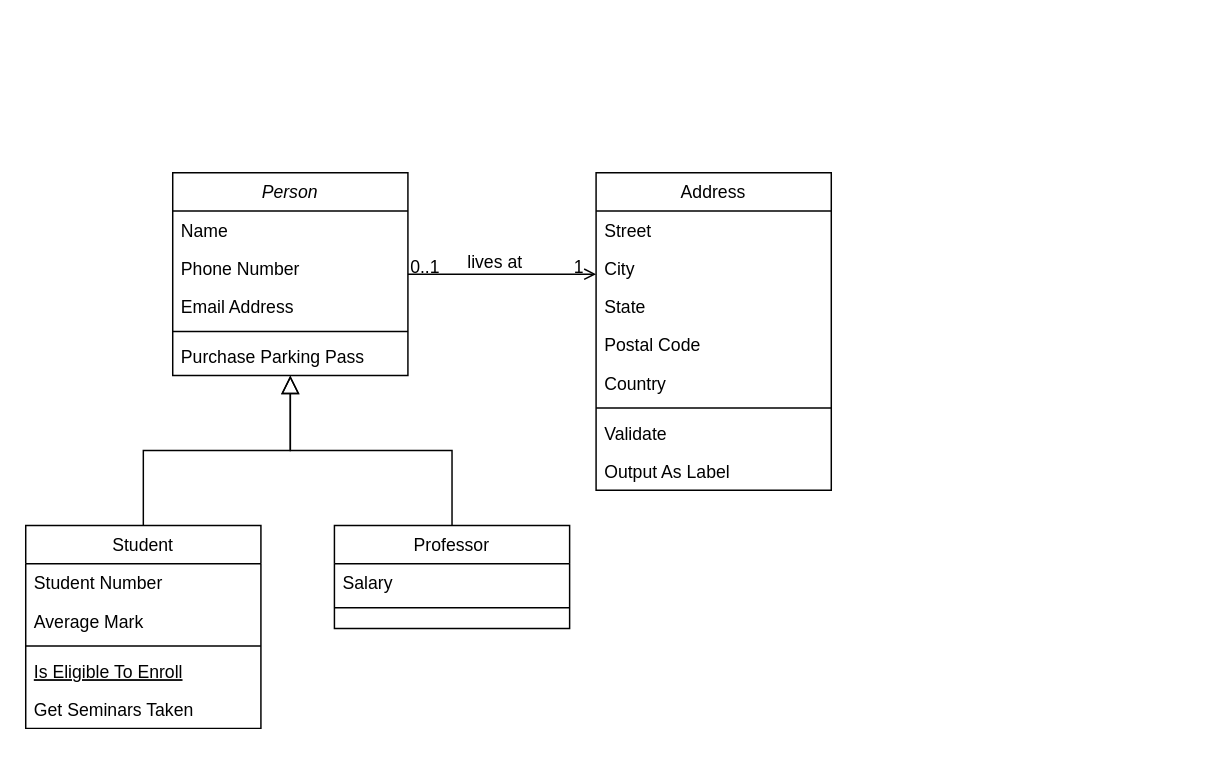
The draw.io diagram Diagrama sem nome.drawio in GuiHVC/RefTick, before the edit. Source tidied: cells renumbered, new cells numbered last; positions are measured from the earlier drawing's top-left corner, leaving out a move shared by most shapes. Both pictures are drawn from the tidied source at 147%, with x=0, y=0 at pixel (25, 172).
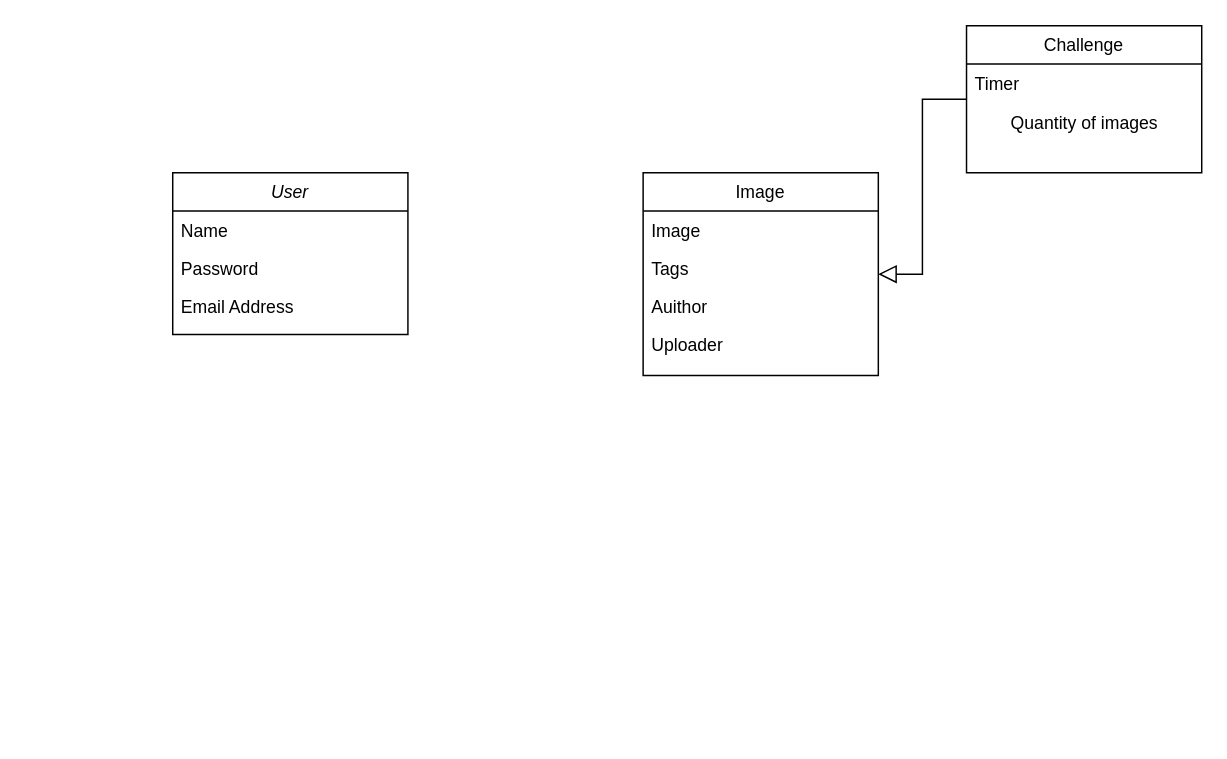
Above is the later version.

Commit message:
Basic initial diagram

What changed in the source:
```diff
@@
-    <mxCell id="2" value="Person" style="swimlane;fontStyle=2;align=center;verticalAlign=top;horizontal=1;startSize=26;rounded=0;shadow=0;strokeWidth=1;" parent="1" vertex="1">
-      <mxGeometry x="100" width="160" height="138" as="geometry" />
+    <mxCell id="2" value="User" style="swimlane;fontStyle=2;align=center;verticalAlign=top;horizontal=1;startSize=26;rounded=0;shadow=0;strokeWidth=1;" parent="1" vertex="1">
+      <mxGeometry x="100" width="160" height="110" as="geometry" />
     </mxCell>
@@
-    <mxCell id="4" value="Phone Number" style="text;align=left;verticalAlign=top;spacingLeft=4;spacingRight=4;overflow=hidden;rounded=0;shadow=0;html=0;" parent="2" vertex="1">
+    <mxCell id="4" value="Password" style="text;align=left;verticalAlign=top;spacingLeft=4;spacingRight=4;overflow=hidden;rounded=0;shadow=0;html=0;" parent="2" vertex="1">
       <mxGeometry y="52" width="160" height="26" as="geometry" />
     </mxCell>
@@
-    <mxCell id="6" style="line;html=1;strokeWidth=1;align=left;verticalAlign=middle;spacingTop=-1;spacingLeft=3;spacingRight=3;labelPosition=right;" parent="2" vertex="1">
-      <mxGeometry y="104" width="160" height="8" as="geometry" />
-    </mxCell>
-    <mxCell id="7" value="Purchase Parking Pass" style="text;align=left;verticalAlign=top;spacingLeft=4;spacingRight=4;overflow=hidden;" parent="2" vertex="1">
-      <mxGeometry y="112" width="160" height="26" as="geometry" />
-    </mxCell>
-    <mxCell id="8" value="Student" style="swimlane;fontStyle=0;align=center;verticalAlign=top;horizontal=1;startSize=26;rounded=0;shadow=0;strokeWidth=1;" parent="1" vertex="1">
-      <mxGeometry y="240" width="160" height="138" as="geometry" />
+    <mxCell id="8" value="Image" style="swimlane;fontStyle=0;align=center;verticalAlign=top;horizontal=1;startSize=26;rounded=0;shadow=0;strokeWidth=1;" parent="1" vertex="1">
+      <mxGeometry x="420" width="160" height="138" as="geometry" />
     </mxCell>
-    <mxCell id="9" value="Student Number" style="text;align=left;verticalAlign=top;spacingLeft=4;spacingRight=4;overflow=hidden;" parent="8" vertex="1">
+    <mxCell id="9" value="Image" style="text;align=left;verticalAlign=top;spacingLeft=4;spacingRight=4;overflow=hidden;" parent="8" vertex="1">
       <mxGeometry y="26" width="160" height="26" as="geometry" />
     </mxCell>
-    <mxCell id="10" value="Average Mark" style="text;align=left;verticalAlign=top;spacingLeft=4;spacingRight=4;overflow=hidden;rounded=0;shadow=0;html=0;" parent="8" vertex="1">
+    <mxCell id="10" value="Tags" style="text;align=left;verticalAlign=top;spacingLeft=4;spacingRight=4;overflow=hidden;rounded=0;shadow=0;html=0;" parent="8" vertex="1">
       <mxGeometry y="52" width="160" height="26" as="geometry" />
     </mxCell>
-    <mxCell id="11" style="line;html=1;strokeWidth=1;align=left;verticalAlign=middle;spacingTop=-1;spacingLeft=3;spacingRight=3;labelPosition=right;" parent="8" vertex="1">
-      <mxGeometry y="78" width="160" height="8" as="geometry" />
-    </mxCell>
-    <mxCell id="12" value="Is Eligible To Enroll" style="text;align=left;verticalAlign=top;spacingLeft=4;spacingRight=4;overflow=hidden;fontStyle=4;" parent="8" vertex="1">
-      <mxGeometry y="86" width="160" height="26" as="geometry" />
+    <mxCell id="12" value="Auithor" style="text;align=left;verticalAlign=top;spacingLeft=4;spacingRight=4;overflow=hidden;fontStyle=0;" parent="8" vertex="1">
+      <mxGeometry y="78" width="160" height="26" as="geometry" />
     </mxCell>
-    <mxCell id="13" value="Get Seminars Taken" style="text;align=left;verticalAlign=top;spacingLeft=4;spacingRight=4;overflow=hidden;" parent="8" vertex="1">
-      <mxGeometry y="112" width="160" height="26" as="geometry" />
+    <mxCell id="13" value="Uploader" style="text;align=left;verticalAlign=top;spacingLeft=4;spacingRight=4;overflow=hidden;" parent="8" vertex="1">
+      <mxGeometry y="104" width="160" height="26" as="geometry" />
     </mxCell>
-    <mxCell id="14" style="endArrow=block;endSize=10;endFill=0;shadow=0;strokeWidth=1;rounded=0;curved=0;edgeStyle=elbowEdgeStyle;elbow=vertical;" parent="1" edge="1" source="8" target="2">
-      <mxGeometry relative="1" as="geometry" />
-    </mxCell>
-    <mxCell id="15" value="Professor" style="swimlane;fontStyle=0;align=center;verticalAlign=top;horizontal=1;startSize=26;rounded=0;shadow=0;strokeWidth=1;" parent="1" vertex="1">
-      <mxGeometry x="210" y="240" width="160" height="70" as="geometry" />
+    <mxCell id="15" value="Challenge" style="swimlane;fontStyle=0;align=center;verticalAlign=top;horizontal=1;startSize=26;rounded=0;shadow=0;strokeWidth=1;" parent="1" vertex="1">
+      <mxGeometry x="640" y="-100" width="160" height="100" as="geometry" />
     </mxCell>
-    <mxCell id="16" value="Salary" style="text;align=left;verticalAlign=top;spacingLeft=4;spacingRight=4;overflow=hidden;" parent="15" vertex="1">
+    <mxCell id="16" value="Timer" style="text;align=left;verticalAlign=top;spacingLeft=4;spacingRight=4;overflow=hidden;" parent="15" vertex="1">
       <mxGeometry y="26" width="160" height="26" as="geometry" />
     </mxCell>
-    <mxCell id="17" style="line;html=1;strokeWidth=1;align=left;verticalAlign=middle;spacingTop=-1;spacingLeft=3;spacingRight=3;labelPosition=right;" parent="15" vertex="1">
-      <mxGeometry y="52" width="160" height="8" as="geometry" />
-    </mxCell>
+    <mxCell id="32" value="&lt;div align=&quot;left&quot;&gt;Quantity of images&lt;br&gt;&lt;/div&gt;" style="text;html=1;align=center;verticalAlign=middle;strokeColor=none;fillColor=none;" parent="15" vertex="1">
+      <mxGeometry y="52" width="160" height="30" as="geometry" />
+    </mxCell>
-    <mxCell id="18" style="endArrow=block;endSize=10;endFill=0;shadow=0;strokeWidth=1;rounded=0;curved=0;edgeStyle=elbowEdgeStyle;elbow=vertical;" parent="1" edge="1" source="15" target="2">
+    <mxCell id="18" style="endArrow=block;endSize=10;endFill=0;shadow=0;strokeWidth=1;rounded=0;curved=0;edgeStyle=elbowEdgeStyle;elbow=vertical;" parent="1" edge="1" source="15" target="8">
       <mxGeometry relative="1" as="geometry" />
     </mxCell>
-    <mxCell id="19" value="Address" style="swimlane;fontStyle=0;align=center;verticalAlign=top;horizontal=1;startSize=26;rounded=0;shadow=0;strokeWidth=1;" parent="1" vertex="1">
-      <mxGeometry x="388" width="160" height="216" as="geometry" />
-    </mxCell>
-    <mxCell id="20" value="Street" style="text;align=left;verticalAlign=top;spacingLeft=4;spacingRight=4;overflow=hidden;" parent="19" vertex="1">
-      <mxGeometry y="26" width="160" height="26" as="geometry" />
-    </mxCell>
-    <mxCell id="21" value="City" style="text;align=left;verticalAlign=top;spacingLeft=4;spacingRight=4;overflow=hidden;rounded=0;shadow=0;html=0;" parent="19" vertex="1">
-      <mxGeometry y="52" width="160" height="26" as="geometry" />
-    </mxCell>
-    <mxCell id="22" value="State" style="text;align=left;verticalAlign=top;spacingLeft=4;spacingRight=4;overflow=hidden;rounded=0;shadow=0;html=0;" parent="19" vertex="1">
-      <mxGeometry y="78" width="160" height="26" as="geometry" />
-    </mxCell>
-    <mxCell id="23" value="Postal Code" style="text;align=left;verticalAlign=top;spacingLeft=4;spacingRight=4;overflow=hidden;rounded=0;shadow=0;html=0;" parent="19" vertex="1">
-      <mxGeometry y="104" width="160" height="26" as="geometry" />
-    </mxCell>
-    <mxCell id="24" value="Country" style="text;align=left;verticalAlign=top;spacingLeft=4;spacingRight=4;overflow=hidden;rounded=0;shadow=0;html=0;" parent="19" vertex="1">
-      <mxGeometry y="130" width="160" height="26" as="geometry" />
-    </mxCell>
-    <mxCell id="25" style="line;html=1;strokeWidth=1;align=left;verticalAlign=middle;spacingTop=-1;spacingLeft=3;spacingRight=3;labelPosition=right;" parent="19" vertex="1">
-      <mxGeometry y="156" width="160" height="8" as="geometry" />
-    </mxCell>
-    <mxCell id="26" value="Validate" style="text;align=left;verticalAlign=top;spacingLeft=4;spacingRight=4;overflow=hidden;" parent="19" vertex="1">
-      <mxGeometry y="164" width="160" height="26" as="geometry" />
-    </mxCell>
-    <mxCell id="27" value="Output As Label" style="text;align=left;verticalAlign=top;spacingLeft=4;spacingRight=4;overflow=hidden;" parent="19" vertex="1">
-      <mxGeometry y="190" width="160" height="26" as="geometry" />
-    </mxCell>
-    <mxCell id="28" style="endArrow=open;shadow=0;strokeWidth=1;rounded=0;curved=0;endFill=1;edgeStyle=elbowEdgeStyle;elbow=vertical;" parent="1" edge="1" source="2" target="19">
-      <mxGeometry x="0.5" y="41" relative="1" as="geometry">
-        <mxPoint x="-40" y="32" as="offset" />
-      </mxGeometry>
-    </mxCell>
-    <mxCell id="29" value="0..1" style="align=left;verticalAlign=bottom;labelBackgroundColor=none;fontSize=12;" parent="28" vertex="1">
-      <mxGeometry x="-1" relative="1" as="geometry">
-        <mxPoint y="4" as="offset" />
-      </mxGeometry>
-    </mxCell>
-    <mxCell id="30" value="1" style="align=right;verticalAlign=bottom;labelBackgroundColor=none;fontSize=12;" parent="28" vertex="1">
-      <mxGeometry x="1" relative="1" as="geometry">
-        <mxPoint x="-7" y="4" as="offset" />
-      </mxGeometry>
-    </mxCell>
-    <mxCell id="31" value="lives at" style="text;html=1;align=center;verticalAlign=middle;labelBackgroundColor=none;rounded=0;shadow=0;strokeWidth=1;fontSize=12;" parent="28" vertex="1">
-      <mxGeometry x="0.5" y="49" relative="1" as="geometry">
-        <mxPoint x="-38" y="40" as="offset" />
-      </mxGeometry>
-    </mxCell>
```
